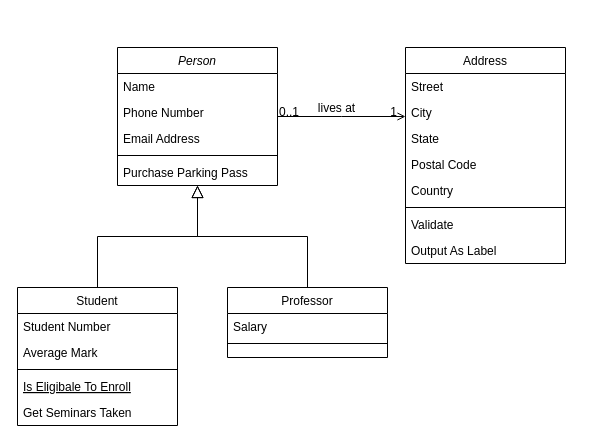
Earlier version of the draw.io diagram 01.30ex02.drawio (uiliands/class_kotlin). Source tidied: cells renumbered, new cells numbered last; positions are measured from the earlier drawing's top-left corner, leaving out a move shared by most shapes. Both pictures are drawn from the tidied source at 100%, with x=0, y=0 at pixel (17, 47).
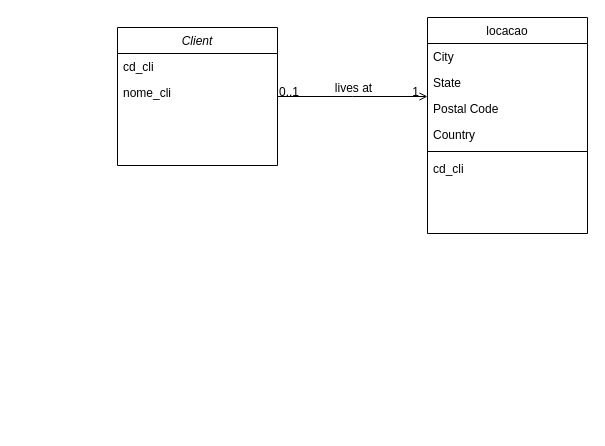
The same page after the edit.

Change to the diagram source:
```diff
@@
-    <mxCell id="2" value="Person" style="swimlane;fontStyle=2;align=center;verticalAlign=top;horizontal=1;startSize=26;rounded=0;shadow=0;strokeWidth=1;" parent="1" vertex="1">
-      <mxGeometry x="100" width="160" height="138" as="geometry" />
+    <mxCell id="2" value="Client" style="swimlane;fontStyle=2;align=center;verticalAlign=top;horizontal=1;startSize=26;rounded=0;shadow=0;strokeWidth=1;" parent="1" vertex="1">
+      <mxGeometry x="100" y="-20" width="160" height="138" as="geometry" />
     </mxCell>
-    <mxCell id="3" value="Name" style="text;align=left;verticalAlign=top;spacingLeft=4;spacingRight=4;overflow=hidden;" parent="2" vertex="1">
+    <mxCell id="3" value="cd_cli" style="text;align=left;verticalAlign=top;spacingLeft=4;spacingRight=4;overflow=hidden;" parent="2" vertex="1">
       <mxGeometry y="26" width="160" height="26" as="geometry" />
     </mxCell>
-    <mxCell id="4" value="Phone Number" style="text;align=left;verticalAlign=top;spacingLeft=4;spacingRight=4;overflow=hidden;rounded=0;shadow=0;html=0;" parent="2" vertex="1">
+    <mxCell id="4" value="nome_cli" style="text;align=left;verticalAlign=top;spacingLeft=4;spacingRight=4;overflow=hidden;rounded=0;shadow=0;html=0;" parent="2" vertex="1">
       <mxGeometry y="52" width="160" height="26" as="geometry" />
     </mxCell>
-    <mxCell id="5" value="Email Address" style="text;align=left;verticalAlign=top;spacingLeft=4;spacingRight=4;overflow=hidden;rounded=0;shadow=0;html=0;" parent="2" vertex="1">
-      <mxGeometry y="78" width="160" height="26" as="geometry" />
-    </mxCell>
-    <mxCell id="6" style="line;html=1;strokeWidth=1;align=left;verticalAlign=middle;spacingTop=-1;spacingLeft=3;spacingRight=3;labelPosition=right;" parent="2" vertex="1">
-      <mxGeometry y="104" width="160" height="8" as="geometry" />
-    </mxCell>
-    <mxCell id="7" value="Purchase Parking Pass" style="text;align=left;verticalAlign=top;spacingLeft=4;spacingRight=4;overflow=hidden;" parent="2" vertex="1">
-      <mxGeometry y="112" width="160" height="26" as="geometry" />
-    </mxCell>
-    <mxCell id="8" value="Student" style="swimlane;fontStyle=0;align=center;verticalAlign=top;horizontal=1;startSize=26;rounded=0;shadow=0;strokeWidth=1;" parent="1" vertex="1">
-      <mxGeometry y="240" width="160" height="138" as="geometry" />
-    </mxCell>
-    <mxCell id="9" value="Student Number" style="text;align=left;verticalAlign=top;spacingLeft=4;spacingRight=4;overflow=hidden;" parent="8" vertex="1">
-      <mxGeometry y="26" width="160" height="26" as="geometry" />
-    </mxCell>
-    <mxCell id="10" value="Average Mark" style="text;align=left;verticalAlign=top;spacingLeft=4;spacingRight=4;overflow=hidden;rounded=0;shadow=0;html=0;" parent="8" vertex="1">
-      <mxGeometry y="52" width="160" height="26" as="geometry" />
-    </mxCell>
-    <mxCell id="11" style="line;html=1;strokeWidth=1;align=left;verticalAlign=middle;spacingTop=-1;spacingLeft=3;spacingRight=3;labelPosition=right;" parent="8" vertex="1">
-      <mxGeometry y="78" width="160" height="8" as="geometry" />
-    </mxCell>
-    <mxCell id="12" value="Is Eligibale To Enroll" style="text;align=left;verticalAlign=top;spacingLeft=4;spacingRight=4;overflow=hidden;fontStyle=4;" parent="8" vertex="1">
-      <mxGeometry y="86" width="160" height="26" as="geometry" />
-    </mxCell>
-    <mxCell id="13" value="Get Seminars Taken" style="text;align=left;verticalAlign=top;spacingLeft=4;spacingRight=4;overflow=hidden;" parent="8" vertex="1">
-      <mxGeometry y="112" width="160" height="26" as="geometry" />
-    </mxCell>
-    <mxCell id="14" style="endArrow=block;endSize=10;endFill=0;shadow=0;strokeWidth=1;rounded=0;edgeStyle=elbowEdgeStyle;elbow=vertical;" parent="1" edge="1" source="8" target="2">
-      <mxGeometry relative="1" as="geometry" />
-    </mxCell>
-    <mxCell id="15" value="Professor" style="swimlane;fontStyle=0;align=center;verticalAlign=top;horizontal=1;startSize=26;rounded=0;shadow=0;strokeWidth=1;" parent="1" vertex="1">
-      <mxGeometry x="210" y="240" width="160" height="70" as="geometry" />
-    </mxCell>
-    <mxCell id="16" value="Salary" style="text;align=left;verticalAlign=top;spacingLeft=4;spacingRight=4;overflow=hidden;" parent="15" vertex="1">
-      <mxGeometry y="26" width="160" height="26" as="geometry" />
-    </mxCell>
-    <mxCell id="17" style="line;html=1;strokeWidth=1;align=left;verticalAlign=middle;spacingTop=-1;spacingLeft=3;spacingRight=3;labelPosition=right;" parent="15" vertex="1">
-      <mxGeometry y="52" width="160" height="8" as="geometry" />
-    </mxCell>
-    <mxCell id="18" style="endArrow=block;endSize=10;endFill=0;shadow=0;strokeWidth=1;rounded=0;edgeStyle=elbowEdgeStyle;elbow=vertical;" parent="1" edge="1" source="15" target="2">
-      <mxGeometry relative="1" as="geometry" />
-    </mxCell>
-    <mxCell id="19" value="Address" style="swimlane;fontStyle=0;align=center;verticalAlign=top;horizontal=1;startSize=26;rounded=0;shadow=0;strokeWidth=1;" parent="1" vertex="1">
-      <mxGeometry x="388" width="160" height="216" as="geometry" />
+    <mxCell id="19" value="locacao" style="swimlane;fontStyle=0;align=center;verticalAlign=top;horizontal=1;startSize=26;rounded=0;shadow=0;strokeWidth=1;" parent="1" vertex="1">
+      <mxGeometry x="410" y="-30" width="160" height="216" as="geometry" />
     </mxCell>
-    <mxCell id="20" value="Street" style="text;align=left;verticalAlign=top;spacingLeft=4;spacingRight=4;overflow=hidden;" parent="19" vertex="1">
-      <mxGeometry y="26" width="160" height="26" as="geometry" />
-    </mxCell>
     <mxCell id="21" value="City" style="text;align=left;verticalAlign=top;spacingLeft=4;spacingRight=4;overflow=hidden;rounded=0;shadow=0;html=0;" parent="19" vertex="1">
-      <mxGeometry y="52" width="160" height="26" as="geometry" />
+      <mxGeometry y="26" width="160" height="26" as="geometry" />
     </mxCell>
     <mxCell id="22" value="State" style="text;align=left;verticalAlign=top;spacingLeft=4;spacingRight=4;overflow=hidden;rounded=0;shadow=0;html=0;" parent="19" vertex="1">
-      <mxGeometry y="78" width="160" height="26" as="geometry" />
+      <mxGeometry y="52" width="160" height="26" as="geometry" />
     </mxCell>
     <mxCell id="23" value="Postal Code" style="text;align=left;verticalAlign=top;spacingLeft=4;spacingRight=4;overflow=hidden;rounded=0;shadow=0;html=0;" parent="19" vertex="1">
-      <mxGeometry y="104" width="160" height="26" as="geometry" />
+      <mxGeometry y="78" width="160" height="26" as="geometry" />
     </mxCell>
     <mxCell id="24" value="Country" style="text;align=left;verticalAlign=top;spacingLeft=4;spacingRight=4;overflow=hidden;rounded=0;shadow=0;html=0;" parent="19" vertex="1">
-      <mxGeometry y="130" width="160" height="26" as="geometry" />
+      <mxGeometry y="104" width="160" height="26" as="geometry" />
     </mxCell>
     <mxCell id="25" style="line;html=1;strokeWidth=1;align=left;verticalAlign=middle;spacingTop=-1;spacingLeft=3;spacingRight=3;labelPosition=right;" parent="19" vertex="1">
-      <mxGeometry y="156" width="160" height="8" as="geometry" />
+      <mxGeometry y="130" width="160" height="8" as="geometry" />
     </mxCell>
-    <mxCell id="26" value="Validate" style="text;align=left;verticalAlign=top;spacingLeft=4;spacingRight=4;overflow=hidden;" parent="19" vertex="1">
-      <mxGeometry y="164" width="160" height="26" as="geometry" />
+    <mxCell id="26" value="cd_cli" style="text;align=left;verticalAlign=top;spacingLeft=4;spacingRight=4;overflow=hidden;" parent="19" vertex="1">
+      <mxGeometry y="138" width="160" height="26" as="geometry" />
     </mxCell>
-    <mxCell id="27" value="Output As Label" style="text;align=left;verticalAlign=top;spacingLeft=4;spacingRight=4;overflow=hidden;" parent="19" vertex="1">
-      <mxGeometry y="190" width="160" height="26" as="geometry" />
-    </mxCell>
```
